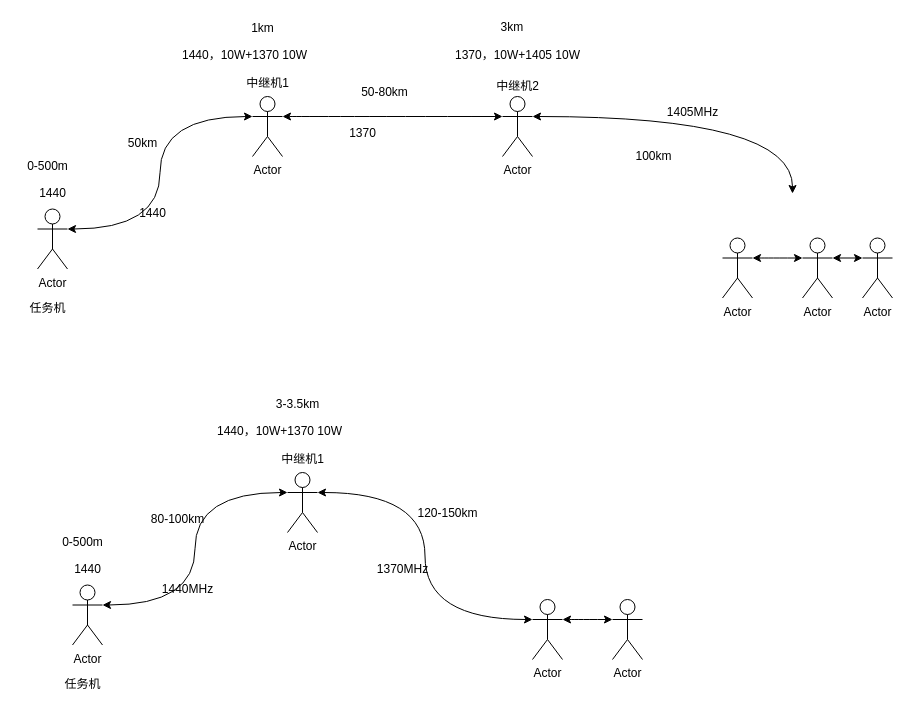
Before: 多机中继.drawio in Momenttt/hellogithub, a draw.io diagram. Source tidied: cells renumbered, new cells numbered last; positions are measured from the earlier drawing's top-left corner, leaving out a move shared by most shapes. Both pictures are drawn from the tidied source at 100%, with x=0, y=0 at pixel (17, 17).
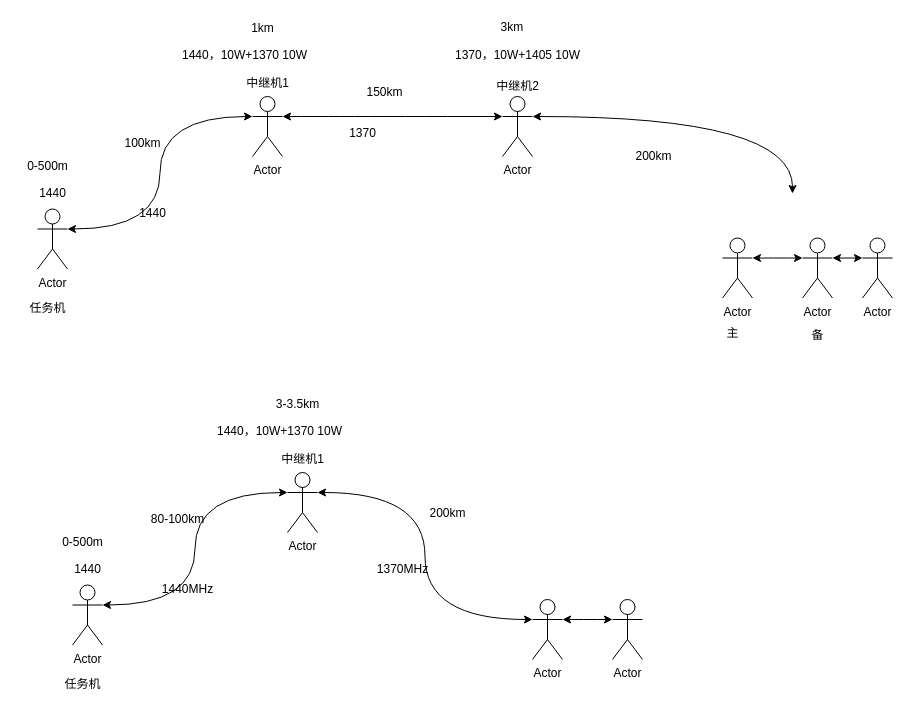
The same page after the edit.

What changed in the source:
```diff
@@
-    <mxCell id="13" value="100km" style="text;html=1;align=center;verticalAlign=middle;" parent="1" vertex="1">
+    <mxCell id="13" value="200km" style="text;html=1;align=center;verticalAlign=middle;" parent="1" vertex="1">
       <mxGeometry x="611" y="129" width="50" height="20" as="geometry" />
     </mxCell>
@@
-    <mxCell id="15" value="50km" style="text;html=1;align=center;verticalAlign=middle;" parent="1" vertex="1">
-      <mxGeometry x="105" y="116" width="40" height="20" as="geometry" />
+    <mxCell id="15" value="100km" style="text;html=1;align=center;verticalAlign=middle;" parent="1" vertex="1">
+      <mxGeometry x="100" y="116" width="50" height="20" as="geometry" />
     </mxCell>
-    <mxCell id="16" value="50-80km" style="text;html=1;align=center;verticalAlign=middle;" parent="1" vertex="1">
-      <mxGeometry x="337" y="65" width="60" height="20" as="geometry" />
+    <mxCell id="16" value="150km" style="text;html=1;align=center;verticalAlign=middle;" parent="1" vertex="1">
+      <mxGeometry x="342" y="65" width="50" height="20" as="geometry" />
     </mxCell>
@@
-    <mxCell id="26" value="1405MHz" style="text;html=1;align=center;verticalAlign=middle;" parent="1" vertex="1">
-      <mxGeometry x="640" y="85" width="70" height="20" as="geometry" />
-    </mxCell>
@@
-    <mxCell id="38" value="120-150km" style="text;html=1;align=center;verticalAlign=middle;" parent="1" vertex="1">
-      <mxGeometry x="390" y="486" width="80" height="20" as="geometry" />
+    <mxCell id="38" value="200km" style="text;html=1;align=center;verticalAlign=middle;" parent="1" vertex="1">
+      <mxGeometry x="405" y="486" width="50" height="20" as="geometry" />
     </mxCell>
@@
+    <mxCell id="45" value="主" style="text;html=1;align=center;verticalAlign=middle;" parent="1" vertex="1">
+      <mxGeometry x="700" y="306" width="30" height="20" as="geometry" />
+    </mxCell>
+    <mxCell id="46" value="备" style="text;html=1;align=center;verticalAlign=middle;" parent="1" vertex="1">
+      <mxGeometry x="785" y="308" width="30" height="20" as="geometry" />
+    </mxCell>
```
